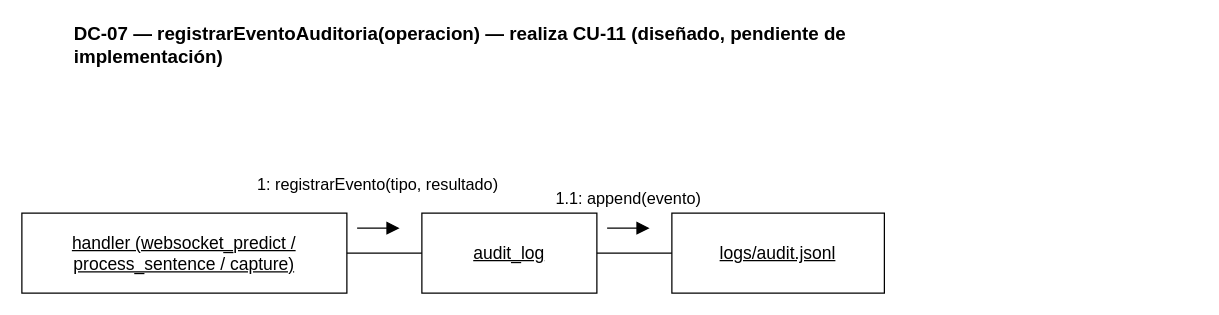
Above: docs/diagramas/colaboracion/08_colaboracion_dc07.drawio in santinohamada/Nexora (draw.io), before the change. Source tidied: cells renumbered, new cells numbered last; positions are measured from the earlier drawing's top-left corner, leaving out a move shared by most shapes. Both pictures are drawn from the tidied source at 125%, with x=0, y=0 at pixel (21, 25).
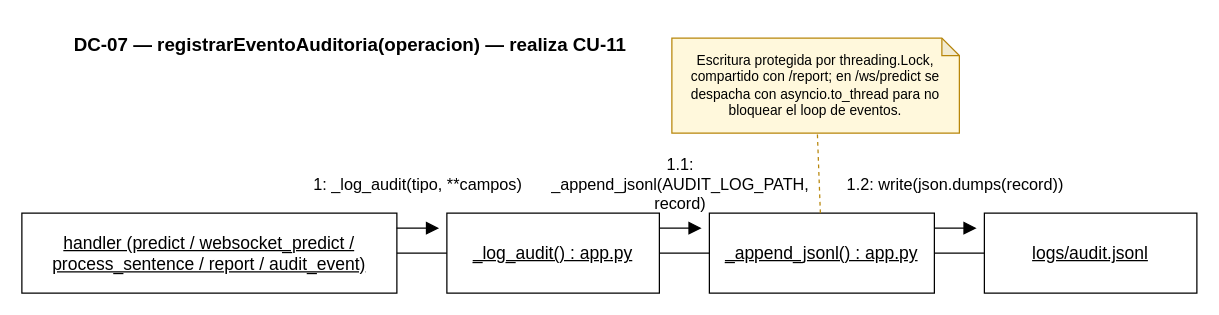
After the change.

What changed in the source:
```diff
@@
-    <mxCell id="2" value="DC-07 — registrarEventoAuditoria(operacion) — realiza CU-11 (diseñado, pendiente de implementación)" style="text;html=1;align=left;verticalAlign=middle;fontFamily=Helvetica;fontSize=15;fontStyle=1;whiteSpace=wrap;" parent="1" vertex="1">
+    <mxCell id="2" value="DC-07 — registrarEventoAuditoria(operacion) — realiza CU-11" style="text;html=1;align=left;verticalAlign=middle;fontFamily=Helvetica;fontSize=15;fontStyle=1;whiteSpace=wrap;" parent="1" vertex="1">
       <mxGeometry x="40" width="650" height="30" as="geometry" />
     </mxCell>
-    <mxCell id="3" value="&lt;u&gt;handler (websocket_predict / process_sentence / capture)&lt;/u&gt;" style="rounded=0;whiteSpace=wrap;html=1;fillColor=#ffffff;strokeColor=#000000;fontFamily=Helvetica;fontSize=14;align=center;verticalAlign=middle;" parent="1" vertex="1">
-      <mxGeometry y="150" width="260" height="64" as="geometry" />
+    <mxCell id="3" value="&lt;u&gt;handler (predict / websocket_predict / process_sentence / report / audit_event)&lt;/u&gt;" style="rounded=0;whiteSpace=wrap;html=1;fillColor=#ffffff;strokeColor=#000000;fontFamily=Helvetica;fontSize=14;align=center;verticalAlign=middle;" parent="1" vertex="1">
+      <mxGeometry y="150" width="300" height="64" as="geometry" />
     </mxCell>
-    <mxCell id="4" value="&lt;u&gt;audit_log&lt;/u&gt;" style="rounded=0;whiteSpace=wrap;html=1;fillColor=#ffffff;strokeColor=#000000;fontFamily=Helvetica;fontSize=14;align=center;verticalAlign=middle;" parent="1" vertex="1">
-      <mxGeometry x="320" y="150" width="140" height="64" as="geometry" />
+    <mxCell id="4" value="&lt;u&gt;_log_audit() : app.py&lt;/u&gt;" style="rounded=0;whiteSpace=wrap;html=1;fillColor=#ffffff;strokeColor=#000000;fontFamily=Helvetica;fontSize=14;align=center;verticalAlign=middle;" parent="1" vertex="1">
+      <mxGeometry x="340" y="150" width="170" height="64" as="geometry" />
     </mxCell>
-    <mxCell id="5" value="&lt;u&gt;logs/audit.jsonl&lt;/u&gt;" style="rounded=0;whiteSpace=wrap;html=1;fillColor=#ffffff;strokeColor=#000000;fontFamily=Helvetica;fontSize=14;align=center;verticalAlign=middle;" parent="1" vertex="1">
-      <mxGeometry x="520" y="150" width="170" height="64" as="geometry" />
+    <mxCell id="5" value="&lt;u&gt;_append_jsonl() : app.py&lt;/u&gt;" style="rounded=0;whiteSpace=wrap;html=1;fillColor=#ffffff;strokeColor=#000000;fontFamily=Helvetica;fontSize=14;align=center;verticalAlign=middle;" parent="1" vertex="1">
+      <mxGeometry x="550" y="150" width="180" height="64" as="geometry" />
     </mxCell>
-    <mxCell id="6" style="endArrow=none;startArrow=none;html=1;strokeColor=#000000;strokeWidth=1;rounded=0;" parent="1" edge="1">
-      <mxGeometry relative="1" as="geometry">
-        <mxPoint x="260" y="182" as="sourcePoint" />
-        <mxPoint x="320" y="182" as="targetPoint" />
-      </mxGeometry>
+    <mxCell id="6" value="&lt;u&gt;logs/audit.jsonl&lt;/u&gt;" style="rounded=0;whiteSpace=wrap;html=1;fillColor=#ffffff;strokeColor=#000000;fontFamily=Helvetica;fontSize=14;align=center;verticalAlign=middle;" parent="1" vertex="1">
+      <mxGeometry x="770" y="150" width="170" height="64" as="geometry" />
     </mxCell>
-    <mxCell id="7" style="endArrow=block;startArrow=none;endFill=1;endSize=8;html=1;strokeColor=#000000;strokeWidth=1;rounded=0;" parent="1" edge="1">
+    <mxCell id="7" style="endArrow=none;startArrow=none;html=1;strokeColor=#000000;strokeWidth=1;rounded=0;" parent="1" edge="1">
       <mxGeometry relative="1" as="geometry">
-        <mxPoint x="268.2" y="162" as="sourcePoint" />
-        <mxPoint x="302.2" y="162" as="targetPoint" />
+        <mxPoint x="300" y="182" as="sourcePoint" />
+        <mxPoint x="340" y="182" as="targetPoint" />
       </mxGeometry>
     </mxCell>
-    <mxCell id="8" value="1: registrarEvento(tipo, resultado)" style="text;html=1;align=center;verticalAlign=middle;fontFamily=Helvetica;fontSize=13;whiteSpace=wrap;" parent="1" vertex="1">
-      <mxGeometry x="175.2" y="106" width="220" height="42" as="geometry" />
+    <mxCell id="8" style="endArrow=block;startArrow=none;endFill=1;endSize=8;html=1;strokeColor=#000000;strokeWidth=1;rounded=0;" parent="1" edge="1">
+      <mxGeometry relative="1" as="geometry">
+        <mxPoint x="299.8" y="162" as="sourcePoint" />
+        <mxPoint x="333.8" y="162" as="targetPoint" />
+      </mxGeometry>
     </mxCell>
-    <mxCell id="9" style="endArrow=none;startArrow=none;html=1;strokeColor=#000000;strokeWidth=1;rounded=0;" parent="1" edge="1">
-      <mxGeometry relative="1" as="geometry">
-        <mxPoint x="460" y="182" as="sourcePoint" />
-        <mxPoint x="520" y="182" as="targetPoint" />
-      </mxGeometry>
+    <mxCell id="9" value="1: _log_audit(tipo, **campos)" style="text;html=1;align=center;verticalAlign=middle;fontFamily=Helvetica;fontSize=13;whiteSpace=wrap;" parent="1" vertex="1">
+      <mxGeometry x="206.8" y="106" width="220" height="42" as="geometry" />
     </mxCell>
-    <mxCell id="10" style="endArrow=block;startArrow=none;endFill=1;endSize=8;html=1;strokeColor=#000000;strokeWidth=1;rounded=0;" parent="1" edge="1">
+    <mxCell id="10" style="endArrow=none;startArrow=none;html=1;strokeColor=#000000;strokeWidth=1;rounded=0;" parent="1" edge="1">
       <mxGeometry relative="1" as="geometry">
-        <mxPoint x="468.2" y="162" as="sourcePoint" />
-        <mxPoint x="502.2" y="162" as="targetPoint" />
+        <mxPoint x="510" y="182" as="sourcePoint" />
+        <mxPoint x="550" y="182" as="targetPoint" />
       </mxGeometry>
     </mxCell>
-    <mxCell id="11" value="1.1: append(evento)" style="text;html=1;align=center;verticalAlign=middle;fontFamily=Helvetica;fontSize=13;whiteSpace=wrap;" parent="1" vertex="1">
-      <mxGeometry x="411.7" y="128" width="147" height="20" as="geometry" />
+    <mxCell id="11" style="endArrow=block;startArrow=none;endFill=1;endSize=8;html=1;strokeColor=#000000;strokeWidth=1;rounded=0;" parent="1" edge="1">
+      <mxGeometry relative="1" as="geometry">
+        <mxPoint x="509.8" y="162" as="sourcePoint" />
+        <mxPoint x="543.8" y="162" as="targetPoint" />
+      </mxGeometry>
     </mxCell>
+    <mxCell id="12" value="1.1: _append_jsonl(AUDIT_LOG_PATH, record)" style="text;html=1;align=center;verticalAlign=middle;fontFamily=Helvetica;fontSize=13;whiteSpace=wrap;" parent="1" vertex="1">
+      <mxGeometry x="416.8" y="106" width="220" height="42" as="geometry" />
+    </mxCell>
+    <mxCell id="13" style="endArrow=none;startArrow=none;html=1;strokeColor=#000000;strokeWidth=1;rounded=0;" parent="1" edge="1">
+      <mxGeometry relative="1" as="geometry">
+        <mxPoint x="730" y="182" as="sourcePoint" />
+        <mxPoint x="770" y="182" as="targetPoint" />
+      </mxGeometry>
+    </mxCell>
+    <mxCell id="14" style="endArrow=block;startArrow=none;endFill=1;endSize=8;html=1;strokeColor=#000000;strokeWidth=1;rounded=0;" parent="1" edge="1">
+      <mxGeometry relative="1" as="geometry">
+        <mxPoint x="729.8" y="162" as="sourcePoint" />
+        <mxPoint x="763.8" y="162" as="targetPoint" />
+      </mxGeometry>
+    </mxCell>
+    <mxCell id="15" value="1.2: write(json.dumps(record))" style="text;html=1;align=center;verticalAlign=middle;fontFamily=Helvetica;fontSize=13;whiteSpace=wrap;" parent="1" vertex="1">
+      <mxGeometry x="636.8" y="106" width="220" height="42" as="geometry" />
+    </mxCell>
+    <mxCell id="16" value="Escritura protegida por threading.Lock, compartido con /report; en /ws/predict se despacha con asyncio.to_thread para no bloquear el loop de eventos." style="shape=note;whiteSpace=wrap;html=1;backgroundOutline=1;darkOpacity=0.05;align=center;verticalAlign=middle;fontFamily=Helvetica;fontSize=11;fillColor=#FFF8DC;strokeColor=#B8860B;size=14;" parent="1" vertex="1">
+      <mxGeometry x="520" y="10" width="230" height="76" as="geometry" />
+    </mxCell>
+    <mxCell id="17" style="endArrow=none;startArrow=none;dashed=1;html=1;strokeColor=#B8860B;" parent="1" edge="1">
+      <mxGeometry relative="1" as="geometry">
+        <mxPoint x="638.8" y="150" as="sourcePoint" />
+        <mxPoint x="636.4" y="86" as="targetPoint" />
+      </mxGeometry>
+    </mxCell>
```
